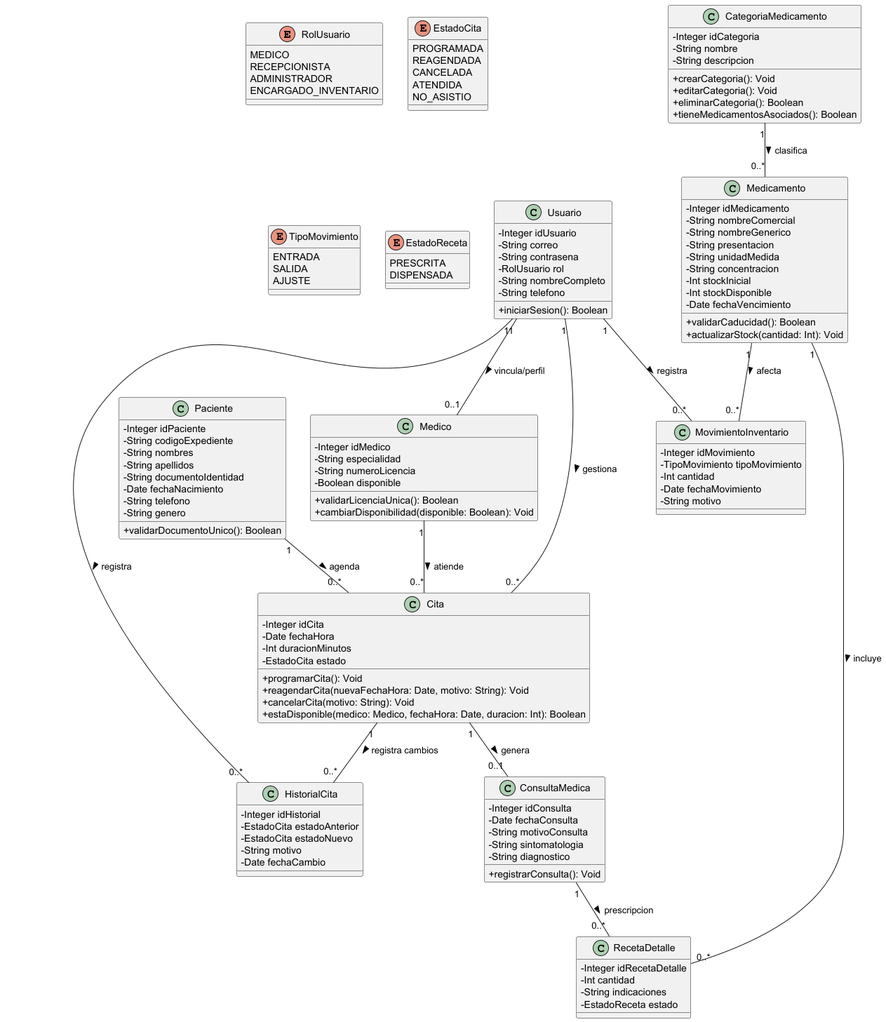
The PlantUML diagram src/diagramas/classes.png in SaulOrlando/Medic-_clinic_care, before a commit.
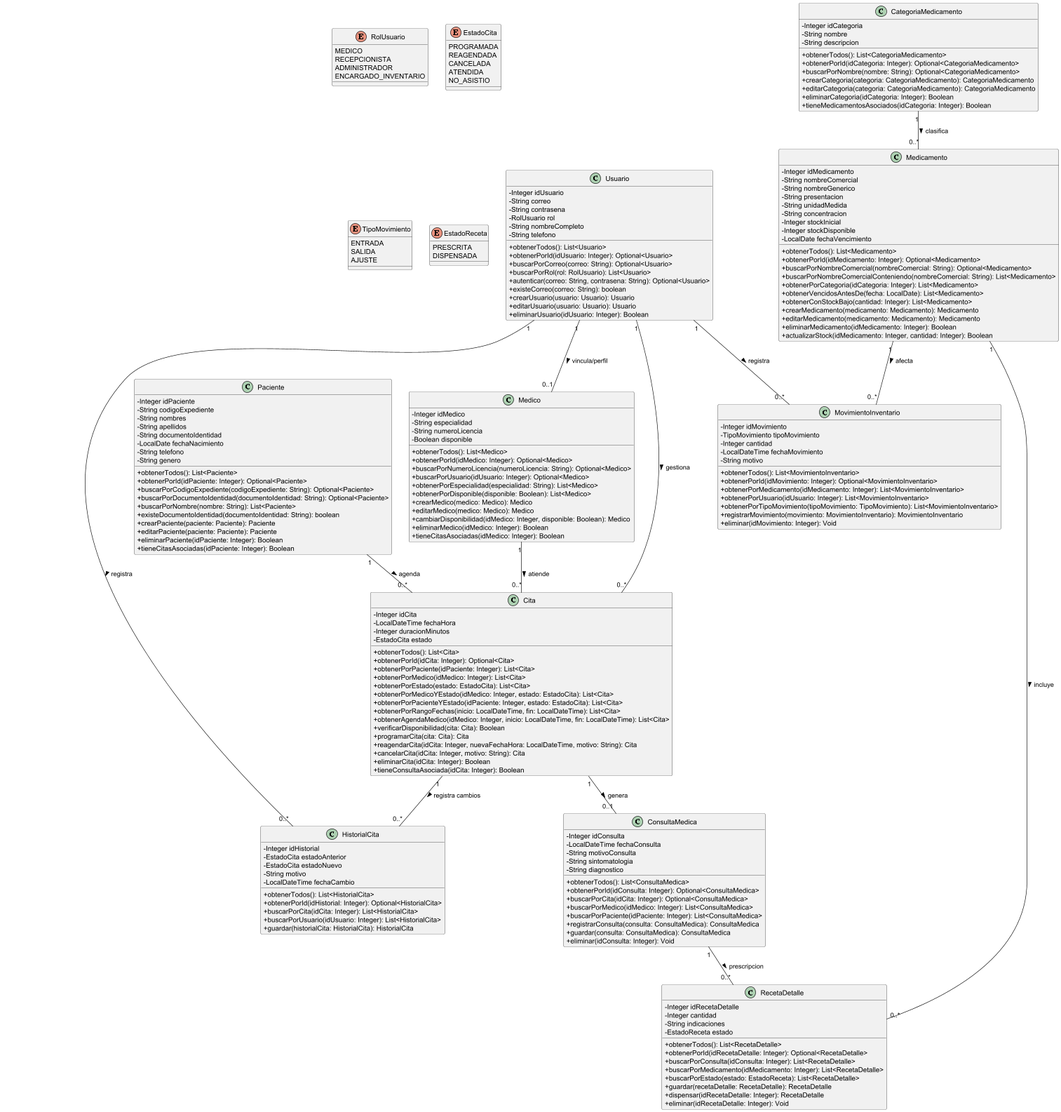
After the change.

Commit message:
:memo: docs: se actualizo el diagrama de clases

Diff of the diagram source:
```diff
@@ -34,7 +34,15 @@
   - RolUsuario rol
   - String nombreCompleto
   - String telefono
-  + iniciarSesion(): Boolean
+  + obtenerTodos(): List<Usuario>
+  + obtenerPorId(idUsuario: Integer): Optional<Usuario>
+  + buscarPorCorreo(correo: String): Optional<Usuario>
+  + buscarPorRol(rol: RolUsuario): List<Usuario>
+  + autenticar(correo: String, contrasena: String): Optional<Usuario>
+  + existeCorreo(correo: String): boolean
+  + crearUsuario(usuario: Usuario): Usuario
+  + editarUsuario(usuario: Usuario): Usuario
+  + eliminarUsuario(idUsuario: Integer): Boolean
 }
 
 class Medico {
@@ -42,8 +50,17 @@
   - String especialidad
   - String numeroLicencia
   - Boolean disponible
-  + validarLicenciaUnica(): Boolean
-  + cambiarDisponibilidad(disponible: Boolean): Void
+  + obtenerTodos(): List<Medico>
+  + obtenerPorId(idMedico: Integer): Optional<Medico>
+  + buscarPorNumeroLicencia(numeroLicencia: String): Optional<Medico>
+  + buscarPorUsuario(idUsuario: Integer): Optional<Medico>
+  + obtenerPorEspecialidad(especialidad: String): List<Medico>
+  + obtenerPorDisponible(disponible: Boolean): List<Medico>
+  + crearMedico(medico: Medico): Medico
+  + editarMedico(medico: Medico): Medico
+  + cambiarDisponibilidad(idMedico: Integer, disponible: Boolean): Medico
+  + eliminarMedico(idMedico: Integer): Boolean
+  + tieneCitasAsociadas(idMedico: Integer): Boolean
 }
 
 class Paciente {
@@ -52,48 +69,83 @@
   - String nombres
   - String apellidos
   - String documentoIdentidad
-  - Date fechaNacimiento
+  - LocalDate fechaNacimiento
   - String telefono
   - String genero
-  + validarDocumentoUnico(): Boolean
+  + obtenerTodos(): List<Paciente>
+  + obtenerPorId(idPaciente: Integer): Optional<Paciente>
+  + buscarPorCodigoExpediente(codigoExpediente: String): Optional<Paciente>
+  + buscarPorDocumentoIdentidad(documentoIdentidad: String): Optional<Paciente>
+  + buscarPorNombre(nombre: String): List<Paciente>
+  + existeDocumentoIdentidad(documentoIdentidad: String): boolean
+  + crearPaciente(paciente: Paciente): Paciente
+  + editarPaciente(paciente: Paciente): Paciente
+  + eliminarPaciente(idPaciente: Integer): Boolean
+  + tieneCitasAsociadas(idPaciente: Integer): Boolean
 }
 
 class Cita {
- - Integer idCita
-  - Date fechaHora
-  - Int duracionMinutos
+  - Integer idCita
+  - LocalDateTime fechaHora
+  - Integer duracionMinutos
   - EstadoCita estado
-  + programarCita(): Void
-  + reagendarCita(nuevaFechaHora: Date, motivo: String): Void
-  + cancelarCita(motivo: String): Void
-  + estaDisponible(medico: Medico, fechaHora: Date, duracion: Int): Boolean
+  + obtenerTodos(): List<Cita>
+  + obtenerPorId(idCita: Integer): Optional<Cita>
+  + obtenerPorPaciente(idPaciente: Integer): List<Cita>
+  + obtenerPorMedico(idMedico: Integer): List<Cita>
+  + obtenerPorEstado(estado: EstadoCita): List<Cita>
+  + obtenerPorMedicoYEstado(idMedico: Integer, estado: EstadoCita): List<Cita>
+  + obtenerPorPacienteYEstado(idPaciente: Integer, estado: EstadoCita): List<Cita>
+  + obtenerPorRangoFechas(inicio: LocalDateTime, fin: LocalDateTime): List<Cita>
+  + obtenerAgendaMedico(idMedico: Integer, inicio: LocalDateTime, fin: LocalDateTime): List<Cita>
+  + verificarDisponibilidad(cita: Cita): Boolean
+  + programarCita(cita: Cita): Cita
+  + reagendarCita(idCita: Integer, nuevaFechaHora: LocalDateTime, motivo: String): Cita
+  + cancelarCita(idCita: Integer, motivo: String): Cita
+  + eliminarCita(idCita: Integer): Boolean
+  + tieneConsultaAsociada(idCita: Integer): Boolean
 }
 
 class HistorialCita {
- - Integer idHistorial
+  - Integer idHistorial
   - EstadoCita estadoAnterior
   - EstadoCita estadoNuevo
   - String motivo
-  - Date fechaCambio
+  - LocalDateTime fechaCambio
+  + obtenerTodos(): List<HistorialCita>
+  + obtenerPorId(idHistorial: Integer): Optional<HistorialCita>
+  + buscarPorCita(idCita: Integer): List<HistorialCita>
+  + buscarPorUsuario(idUsuario: Integer): List<HistorialCita>
+  + guardar(historialCita: HistorialCita): HistorialCita
 }
 
 class ConsultaMedica {
   - Integer idConsulta
-  - Date fechaConsulta
+  - LocalDateTime fechaConsulta
   - String motivoConsulta
   - String sintomatologia
   - String diagnostico
-  + registrarConsulta(): Void
+  + obtenerTodos(): List<ConsultaMedica>
+  + obtenerPorId(idConsulta: Integer): Optional<ConsultaMedica>
+  + buscarPorCita(idCita: Integer): Optional<ConsultaMedica>
+  + buscarPorMedico(idMedico: Integer): List<ConsultaMedica>
+  + buscarPorPaciente(idPaciente: Integer): List<ConsultaMedica>
+  + registrarConsulta(consulta: ConsultaMedica): ConsultaMedica
+  + guardar(consulta: ConsultaMedica): ConsultaMedica
+  + eliminar(idConsulta: Integer): Void
 }
 
 class CategoriaMedicamento {
   - Integer idCategoria
   - String nombre
   - String descripcion
-  + crearCategoria(): Void
-  + editarCategoria(): Void
-  + eliminarCategoria(): Boolean
-  + tieneMedicamentosAsociados(): Boolean
+  + obtenerTodos(): List<CategoriaMedicamento>
+  + obtenerPorId(idCategoria: Integer): Optional<CategoriaMedicamento>
+  + buscarPorNombre(nombre: String): Optional<CategoriaMedicamento>
+  + crearCategoria(categoria: CategoriaMedicamento): CategoriaMedicamento
+  + editarCategoria(categoria: CategoriaMedicamento): CategoriaMedicamento
+  + eliminarCategoria(idCategoria: Integer): Boolean
+  + tieneMedicamentosAsociados(idCategoria: Integer): Boolean
 }
 
 class Medicamento {
@@ -103,26 +155,50 @@
   - String presentacion
   - String unidadMedida
   - String concentracion
-  - Int stockInicial
-  - Int stockDisponible
-  - Date fechaVencimiento
-  + validarCaducidad(): Boolean
-  + actualizarStock(cantidad: Int): Void
+  - Integer stockInicial
+  - Integer stockDisponible
+  - LocalDate fechaVencimiento
+  + obtenerTodos(): List<Medicamento>
+  + obtenerPorId(idMedicamento: Integer): Optional<Medicamento>
+  + buscarPorNombreComercial(nombreComercial: String): Optional<Medicamento>
+  + buscarPorNombreComercialConteniendo(nombreComercial: String): List<Medicamento>
+  + obtenerPorCategoria(idCategoria: Integer): List<Medicamento>
+  + obtenerVencidosAntesDe(fecha: LocalDate): List<Medicamento>
+  + obtenerConStockBajo(cantidad: Integer): List<Medicamento>
+  + crearMedicamento(medicamento: Medicamento): Medicamento
+  + editarMedicamento(medicamento: Medicamento): Medicamento
+  + eliminarMedicamento(idMedicamento: Integer): Boolean
+  + actualizarStock(idMedicamento: Integer, cantidad: Integer): Boolean
 }
 
 class MovimientoInventario {
   - Integer idMovimiento
   - TipoMovimiento tipoMovimiento
-  - Int cantidad
-  - Date fechaMovimiento
+  - Integer cantidad
+  - LocalDateTime fechaMovimiento
   - String motivo
+  + obtenerTodos(): List<MovimientoInventario>
+  + obtenerPorId(idMovimiento: Integer): Optional<MovimientoInventario>
+  + obtenerPorMedicamento(idMedicamento: Integer): List<MovimientoInventario>
+  + obtenerPorUsuario(idUsuario: Integer): List<MovimientoInventario>
+  + obtenerPorTipoMovimiento(tipoMovimiento: TipoMovimiento): List<MovimientoInventario>
+  + registrarMovimiento(movimiento: MovimientoInventario): MovimientoInventario
+  + eliminar(idMovimiento: Integer): Void
 }
 
 class RecetaDetalle {
   - Integer idRecetaDetalle
-  - Int cantidad
+  - Integer cantidad
   - String indicaciones
   - EstadoReceta estado
+  + obtenerTodos(): List<RecetaDetalle>
+  + obtenerPorId(idRecetaDetalle: Integer): Optional<RecetaDetalle>
+  + buscarPorConsulta(idConsulta: Integer): List<RecetaDetalle>
+  + buscarPorMedicamento(idMedicamento: Integer): List<RecetaDetalle>
+  + buscarPorEstado(estado: EstadoReceta): List<RecetaDetalle>
+  + guardar(recetaDetalle: RecetaDetalle): RecetaDetalle
+  + dispensar(idRecetaDetalle: Integer): RecetaDetalle
+  + eliminar(idRecetaDetalle: Integer): Void
 }
 
 Usuario "1" -- "0..1" Medico : vincula/perfil >
```
